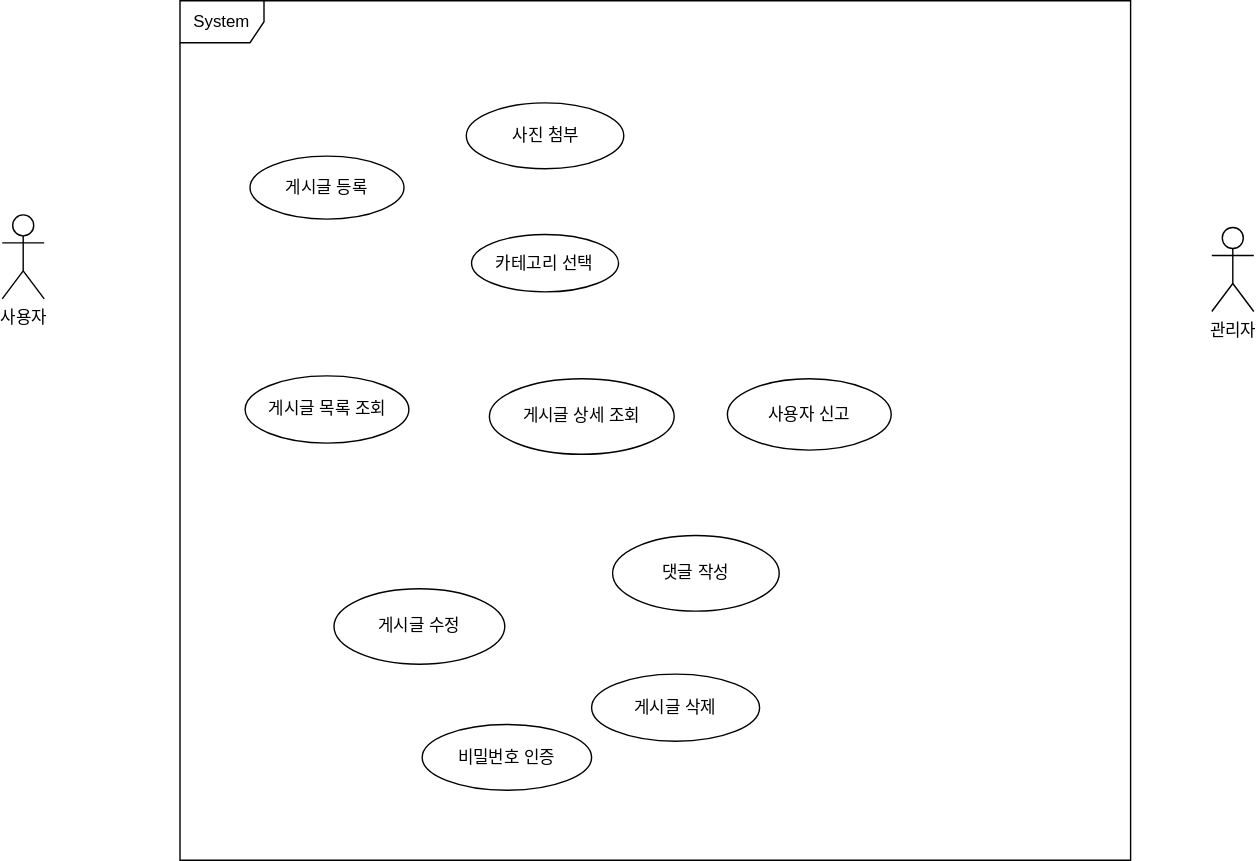
Above: 2일차.drawio.svg in hueyjeong/uml-leanring (draw.io), before the change. Source tidied: cells renumbered, new cells last; positions are measured from the earlier drawing's top-left corner, leaving out a move shared by most shapes.
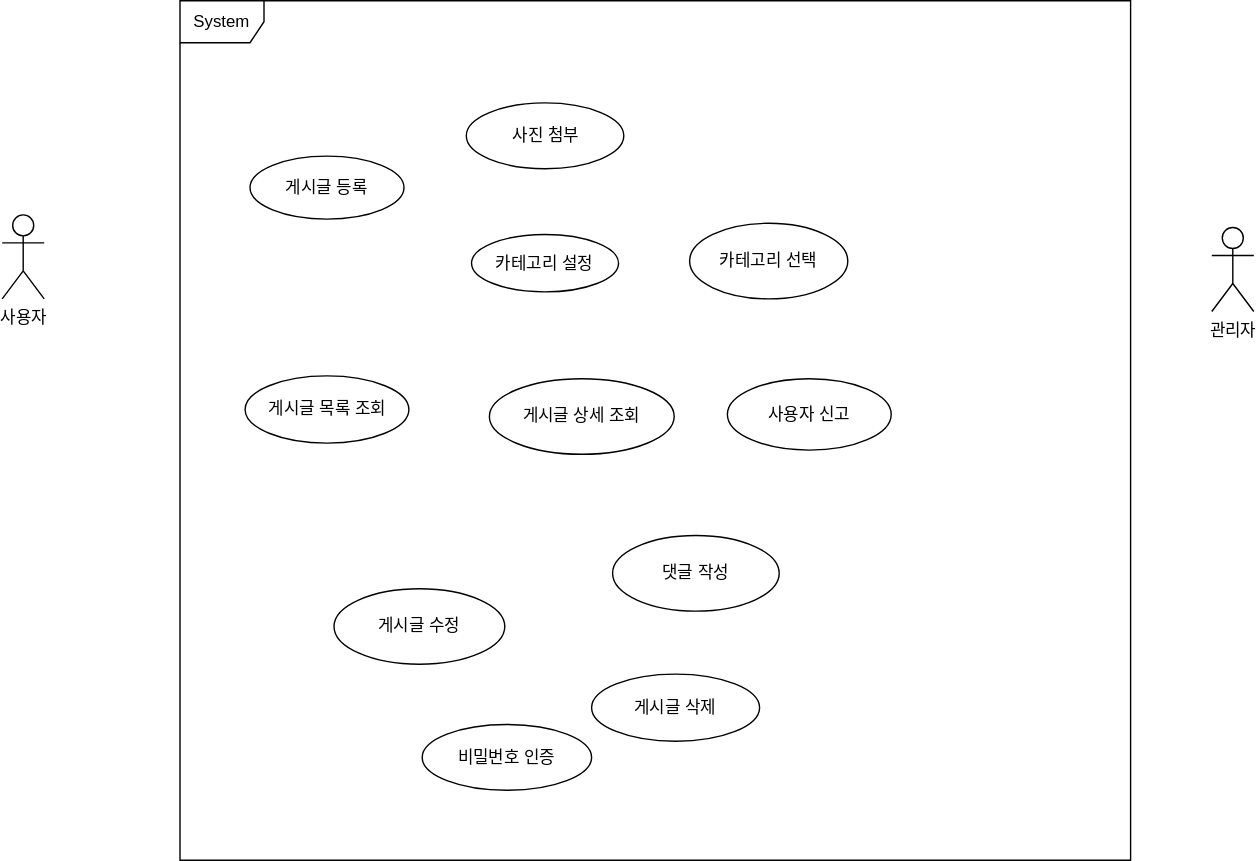
After the change.

Commit message:
2일차.drawio.svg 업데이트

Change to the diagram source:
```diff
@@ -14,7 +14,7 @@
     <mxCell id="5" value="게시글 등록" style="ellipse;whiteSpace=wrap;html=1;" parent="1" vertex="1">
       <mxGeometry x="177" y="111" width="110" height="45" as="geometry" />
     </mxCell>
-    <mxCell id="6" value="카테고리 선택" style="ellipse;whiteSpace=wrap;html=1;" parent="1" vertex="1">
+    <mxCell id="6" value="카테고리 설정" style="ellipse;whiteSpace=wrap;html=1;" parent="1" vertex="1">
       <mxGeometry x="335.2" y="167" width="105" height="41" as="geometry" />
     </mxCell>
     <mxCell id="7" value="사진 첨부" style="ellipse;whiteSpace=wrap;html=1;" parent="1" vertex="1">
@@ -41,5 +41,8 @@
     <mxCell id="14" value="비밀번호 인증" style="ellipse;whiteSpace=wrap;html=1;" parent="1" vertex="1">
       <mxGeometry x="300" y="517" width="121" height="47" as="geometry" />
     </mxCell>
+    <mxCell id="15" value="카테고리 선택" style="ellipse;whiteSpace=wrap;html=1;" parent="1" vertex="1">
+      <mxGeometry x="491" y="159" width="113" height="54" as="geometry" />
+    </mxCell>
   </root>
 </mxGraphModel>
```
